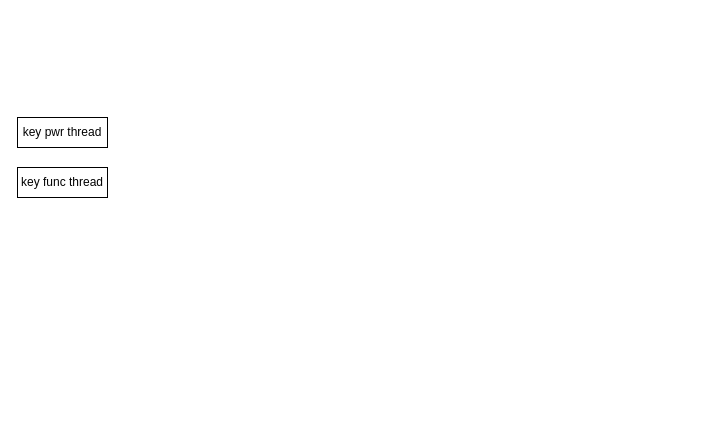
The draw.io diagram CoffeeWs/未命名绘图.drawio in mailonghua/drawio, before the edit. Source tidied: cells renumbered, new cells numbered last; positions are measured from the earlier drawing's top-left corner, leaving out a move shared by most shapes. Both pictures are drawn from the tidied source at 100%, with x=0, y=0 at pixel (17, 117).
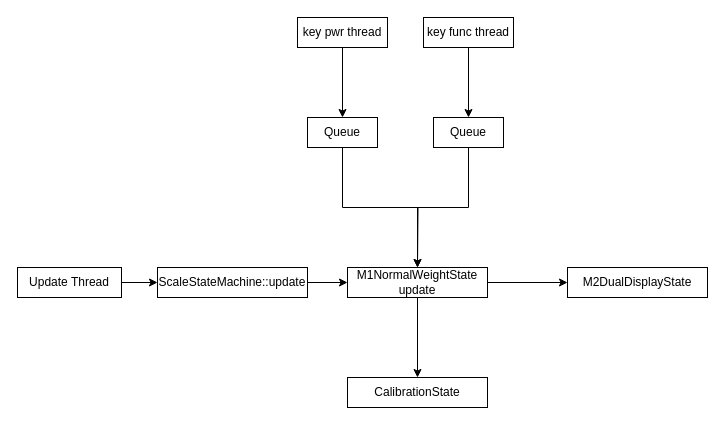
After the change.

Commit message (it also covers changes not shown here):
更新未命名绘图.drawio

The edit, as a diff of the source:
```diff
@@
 <mxGraphModel>
   <root>
     <mxCell id="0" />
     <mxCell id="1" parent="0" />
+    <mxCell id="4" style="edgeStyle=orthogonalEdgeStyle;rounded=0;jettySize=auto;html=1;exitX=0.5;exitY=1;exitDx=0;exitDy=0;entryX=0.5;entryY=0;entryDx=0;entryDy=0;" parent="1" edge="1" source="2" target="7">
+      <mxGeometry relative="1" as="geometry" />
+    </mxCell>
     <mxCell id="2" value="key pwr thread" style="rounded=0;whiteSpace=wrap;html=1;" parent="1" vertex="1">
-      <mxGeometry width="90" height="30" as="geometry" />
+      <mxGeometry x="280" y="-100" width="90" height="30" as="geometry" />
     </mxCell>
+    <mxCell id="5" style="edgeStyle=orthogonalEdgeStyle;rounded=0;jettySize=auto;html=1;exitX=0.5;exitY=1;exitDx=0;exitDy=0;entryX=0.5;entryY=0;entryDx=0;entryDy=0;" parent="1" edge="1" source="3" target="9">
+      <mxGeometry relative="1" as="geometry" />
+    </mxCell>
     <mxCell id="3" value="key func thread" style="rounded=0;whiteSpace=wrap;html=1;" parent="1" vertex="1">
-      <mxGeometry y="50" width="90" height="30" as="geometry" />
+      <mxGeometry x="406" y="-100" width="90" height="30" as="geometry" />
     </mxCell>
+    <mxCell id="6" style="edgeStyle=orthogonalEdgeStyle;rounded=0;jettySize=auto;html=1;exitX=0.5;exitY=1;exitDx=0;exitDy=0;" parent="1" edge="1" source="7">
+      <mxGeometry relative="1" as="geometry">
+        <mxPoint x="400" y="150" as="targetPoint" />
+      </mxGeometry>
+    </mxCell>
+    <mxCell id="7" value="Queue" style="rounded=0;whiteSpace=wrap;html=1;" parent="1" vertex="1">
+      <mxGeometry x="290" width="70" height="30" as="geometry" />
+    </mxCell>
+    <mxCell id="8" style="edgeStyle=orthogonalEdgeStyle;rounded=0;jettySize=auto;html=1;exitX=0.5;exitY=1;exitDx=0;exitDy=0;entryX=0.5;entryY=0;entryDx=0;entryDy=0;" parent="1" edge="1" source="9" target="16">
+      <mxGeometry relative="1" as="geometry" />
+    </mxCell>
+    <mxCell id="9" value="Queue" style="rounded=0;whiteSpace=wrap;html=1;" parent="1" vertex="1">
+      <mxGeometry x="416" width="70" height="30" as="geometry" />
+    </mxCell>
+    <mxCell id="10" style="edgeStyle=orthogonalEdgeStyle;rounded=0;jettySize=auto;html=1;" parent="1" edge="1" source="11" target="13">
+      <mxGeometry relative="1" as="geometry" />
+    </mxCell>
+    <mxCell id="11" value="Update Thread" style="rounded=0;whiteSpace=wrap;html=1;" parent="1" vertex="1">
+      <mxGeometry y="150" width="104" height="30" as="geometry" />
+    </mxCell>
+    <mxCell id="12" style="edgeStyle=orthogonalEdgeStyle;rounded=0;jettySize=auto;html=1;" parent="1" edge="1" source="13" target="16">
+      <mxGeometry relative="1" as="geometry" />
+    </mxCell>
+    <mxCell id="13" value="ScaleStateMachine::update" style="rounded=0;whiteSpace=wrap;html=1;" parent="1" vertex="1">
+      <mxGeometry x="140" y="150" width="150" height="30" as="geometry" />
+    </mxCell>
+    <mxCell id="14" style="edgeStyle=orthogonalEdgeStyle;rounded=0;jettySize=auto;html=1;" parent="1" edge="1" source="16" target="17">
+      <mxGeometry relative="1" as="geometry" />
+    </mxCell>
+    <mxCell id="15" style="edgeStyle=orthogonalEdgeStyle;rounded=0;jettySize=auto;html=1;" parent="1" edge="1" source="16" target="18">
+      <mxGeometry relative="1" as="geometry" />
+    </mxCell>
+    <mxCell id="16" value="M1NormalWeightState update" style="rounded=0;whiteSpace=wrap;html=1;" parent="1" vertex="1">
+      <mxGeometry x="330" y="150" width="140" height="30" as="geometry" />
+    </mxCell>
+    <mxCell id="17" value="M2DualDisplayState" style="rounded=0;whiteSpace=wrap;html=1;" parent="1" vertex="1">
+      <mxGeometry x="550" y="150" width="140" height="30" as="geometry" />
+    </mxCell>
+    <mxCell id="18" value="CalibrationState" style="rounded=0;whiteSpace=wrap;html=1;" parent="1" vertex="1">
+      <mxGeometry x="330" y="260" width="140" height="30" as="geometry" />
+    </mxCell>
   </root>
 </mxGraphModel>
```
